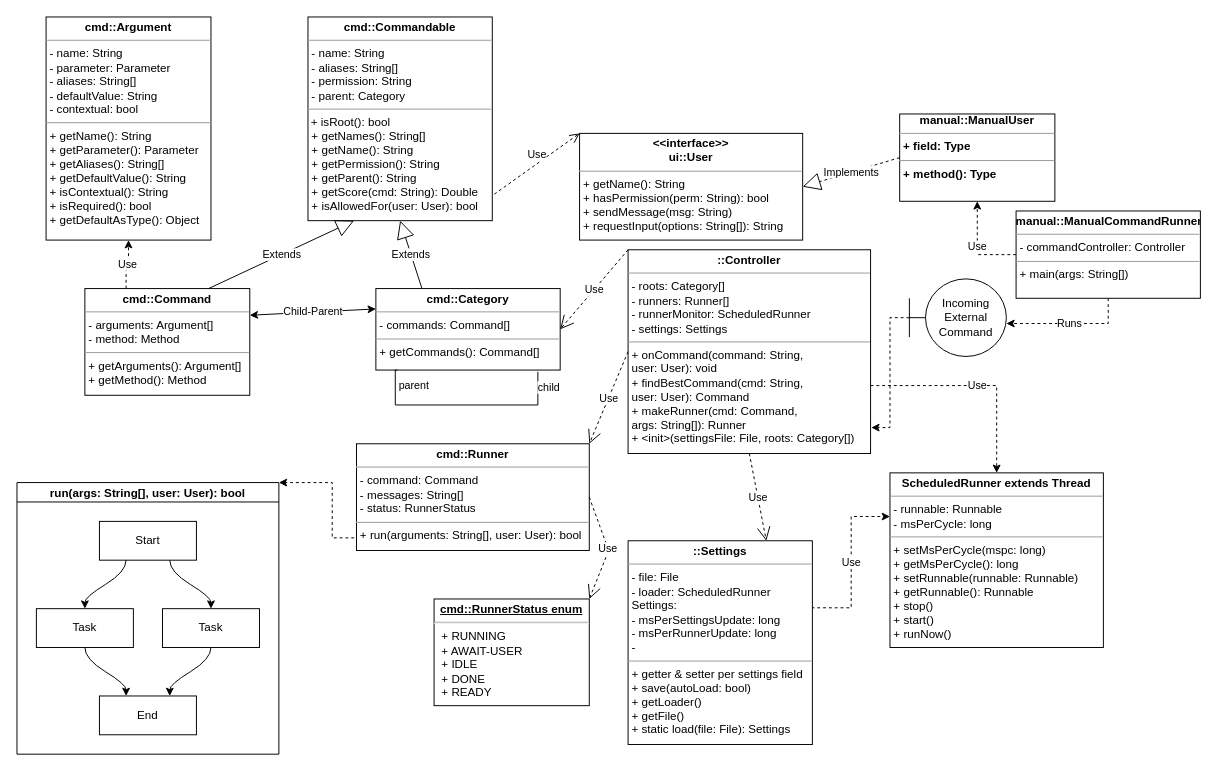
The draw.io diagram UML/UML-ClassDiagram-v1.drawio in CocoTheOwner/Dictum, before the edit. Source tidied: cells renumbered, new cells numbered last; positions are measured from the earlier drawing's top-left corner, leaving out a move shared by most shapes. Both pictures are drawn from the tidied source at 97%, with x=0, y=0 at pixel (16, 16).
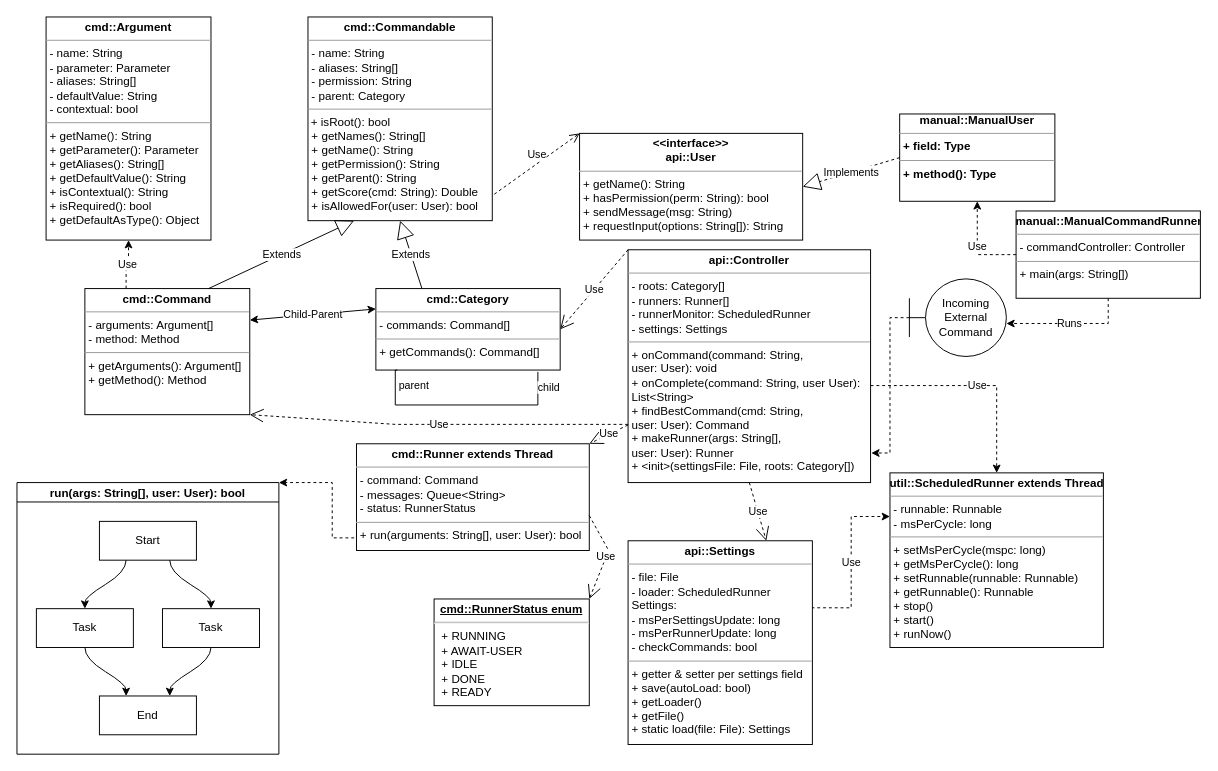
The same diagram, later.

The change refers to these unchanged cells:
```xml
<mxCell id="34" value="&lt;p style=&quot;margin: 0px ; margin-top: 4px ; text-align: center ; text-decoration: underline&quot;&gt;&lt;b&gt;cmd::RunnerStatus enum&lt;/b&gt;&lt;br&gt;&lt;/p&gt;&lt;hr&gt;&lt;p style=&quot;margin: 0px ; margin-left: 8px&quot;&gt;+ RUNNING&lt;br&gt;+ AWAIT-USER&lt;/p&gt;&lt;p style=&quot;margin: 0px ; margin-left: 8px&quot;&gt;+ IDLE&lt;/p&gt;&lt;p style=&quot;margin: 0px ; margin-left: 8px&quot;&gt;+ DONE&lt;/p&gt;&lt;p style=&quot;margin: 0px ; margin-left: 8px&quot;&gt;+ READY&lt;br&gt;&lt;/p&gt;" style="verticalAlign=top;align=left;overflow=fill;fontSize=12;fontFamily=Helvetica;html=1;" parent="1" vertex="1">
  <mxGeometry x="430" y="600" width="160" height="110" as="geometry" />
</mxCell>
```

Change to the diagram source:
```diff
@@
-    <mxCell id="3" value="&lt;p style=&quot;margin: 0px ; margin-top: 4px ; text-align: center&quot;&gt;&lt;b&gt;&amp;lt;&amp;lt;interface&amp;gt;&amp;gt;&lt;br&gt;ui::User&lt;/b&gt;&lt;/p&gt;&lt;hr size=&quot;1&quot;&gt;&lt;p style=&quot;margin: 0px ; margin-left: 4px&quot;&gt;+ getName(): String&lt;/p&gt;&lt;p style=&quot;margin: 0px ; margin-left: 4px&quot;&gt;+ hasPermission(perm: String): bool&lt;br&gt;+ sendMessage(msg: String)&lt;br&gt;+ requestInput(options: String[]): String&lt;/p&gt;" style="verticalAlign=top;align=left;overflow=fill;fontSize=12;fontFamily=Helvetica;html=1;" parent="1" vertex="1">
+    <mxCell id="3" value="&lt;p style=&quot;margin: 0px ; margin-top: 4px ; text-align: center&quot;&gt;&lt;b&gt;&amp;lt;&amp;lt;interface&amp;gt;&amp;gt;&lt;br&gt;api::User&lt;/b&gt;&lt;/p&gt;&lt;hr size=&quot;1&quot;&gt;&lt;p style=&quot;margin: 0px ; margin-left: 4px&quot;&gt;+ getName(): String&lt;/p&gt;&lt;p style=&quot;margin: 0px ; margin-left: 4px&quot;&gt;+ hasPermission(perm: String): bool&lt;br&gt;+ sendMessage(msg: String)&lt;br&gt;+ requestInput(options: String[]): String&lt;/p&gt;" style="verticalAlign=top;align=left;overflow=fill;fontSize=12;fontFamily=Helvetica;html=1;" parent="1" vertex="1">
       <mxGeometry x="580" y="120" width="230" height="110" as="geometry" />
     </mxCell>
@@
-    <mxCell id="5" value="&lt;p style=&quot;margin: 0px ; margin-top: 4px ; text-align: center&quot;&gt;&lt;b&gt;cmd::Command&lt;/b&gt;&lt;/p&gt;&lt;hr size=&quot;1&quot;&gt;&lt;p style=&quot;margin: 0px ; margin-left: 4px&quot;&gt;- arguments: Argument[]&lt;br&gt;- method: Method&lt;br&gt;&lt;/p&gt;&lt;hr size=&quot;1&quot;&gt;&lt;p style=&quot;margin: 0px ; margin-left: 4px&quot;&gt;+ getArguments(): Argument[]&lt;br&gt;+ getMethod(): Method&lt;/p&gt;" style="verticalAlign=top;align=left;overflow=fill;fontSize=12;fontFamily=Helvetica;html=1;" parent="1" vertex="1">
-      <mxGeometry x="70" y="280" width="170" height="110" as="geometry" />
+    <mxCell id="5" value="&lt;p style=&quot;margin: 0px ; margin-top: 4px ; text-align: center&quot;&gt;&lt;b&gt;cmd::Command&lt;/b&gt;&lt;/p&gt;&lt;hr size=&quot;1&quot;&gt;&lt;p style=&quot;margin: 0px ; margin-left: 4px&quot;&gt;- arguments: Argument[]&lt;br&gt;- method: Method&lt;br&gt;&lt;/p&gt;&lt;hr size=&quot;1&quot;&gt;&lt;p style=&quot;margin: 0px ; margin-left: 4px&quot;&gt;+ getArguments(): Argument[]&lt;br&gt;+ getMethod(): Method&lt;br&gt;&lt;br&gt;&lt;/p&gt;" style="verticalAlign=top;align=left;overflow=fill;fontSize=12;fontFamily=Helvetica;html=1;" parent="1" vertex="1">
+      <mxGeometry x="70" y="280" width="170" height="130" as="geometry" />
     </mxCell>
@@
-    <mxCell id="17" value="&lt;p style=&quot;margin: 0px ; margin-top: 4px ; text-align: center&quot;&gt;&lt;b&gt;::Controller&lt;/b&gt;&lt;/p&gt;&lt;hr size=&quot;1&quot;&gt;&lt;p style=&quot;margin: 0px ; margin-left: 4px&quot;&gt;- roots: Category[]&lt;/p&gt;&lt;p style=&quot;margin: 0px ; margin-left: 4px&quot;&gt;- runners: Runner[]&lt;/p&gt;&lt;p style=&quot;margin: 0px ; margin-left: 4px&quot;&gt;- runnerMonitor: ScheduledRunner&lt;br&gt;&lt;/p&gt;&lt;p style=&quot;margin: 0px ; margin-left: 4px&quot;&gt;- settings: Settings&lt;br&gt;&lt;/p&gt;&lt;hr size=&quot;1&quot;&gt;&lt;p style=&quot;margin: 0px ; margin-left: 4px&quot;&gt;+ onCommand(command: String,&lt;br&gt; user: User): void&lt;/p&gt;&lt;p style=&quot;margin: 0px ; margin-left: 4px&quot;&gt;+ findBestCommand(cmd: String,&lt;/p&gt;&lt;p style=&quot;margin: 0px ; margin-left: 4px&quot;&gt;user: User): Command&lt;/p&gt;&lt;p style=&quot;margin: 0px ; margin-left: 4px&quot;&gt;+ makeRunner(cmd: Command,&lt;/p&gt;&lt;p style=&quot;margin: 0px ; margin-left: 4px&quot;&gt;args: String[]): Runner&lt;br&gt;+ &amp;lt;init&amp;gt;(settingsFile: File, roots: Category[])&lt;br&gt;&lt;/p&gt;" style="verticalAlign=top;align=left;overflow=fill;fontSize=12;fontFamily=Helvetica;html=1;" parent="1" vertex="1">
-      <mxGeometry x="630" y="240" width="250" height="210" as="geometry" />
+    <mxCell id="17" value="&lt;p style=&quot;margin: 0px ; margin-top: 4px ; text-align: center&quot;&gt;&lt;b&gt;api::Controller&lt;/b&gt;&lt;/p&gt;&lt;hr size=&quot;1&quot;&gt;&lt;p style=&quot;margin: 0px ; margin-left: 4px&quot;&gt;- roots: Category[]&lt;/p&gt;&lt;p style=&quot;margin: 0px ; margin-left: 4px&quot;&gt;- runners: Runner[]&lt;/p&gt;&lt;p style=&quot;margin: 0px ; margin-left: 4px&quot;&gt;- runnerMonitor: ScheduledRunner&lt;br&gt;&lt;/p&gt;&lt;p style=&quot;margin: 0px ; margin-left: 4px&quot;&gt;- settings: Settings&lt;br&gt;&lt;/p&gt;&lt;hr size=&quot;1&quot;&gt;&lt;p style=&quot;margin: 0px ; margin-left: 4px&quot;&gt;+ onCommand(command: String,&lt;br&gt; user: User): void&lt;/p&gt;&lt;p style=&quot;margin: 0px ; margin-left: 4px&quot;&gt;+ onComplete(command: String, user User):&lt;br&gt;List&amp;lt;String&amp;gt;&lt;br&gt;&lt;/p&gt;&lt;p style=&quot;margin: 0px ; margin-left: 4px&quot;&gt;+ findBestCommand(cmd: String,&lt;/p&gt;&lt;p style=&quot;margin: 0px ; margin-left: 4px&quot;&gt;user: User): Command&lt;/p&gt;&lt;p style=&quot;margin: 0px ; margin-left: 4px&quot;&gt;+ makeRunner(args: String[],&lt;/p&gt;&lt;p style=&quot;margin: 0px ; margin-left: 4px&quot;&gt;user: User): Runner&lt;br&gt;+ &amp;lt;init&amp;gt;(settingsFile: File, roots: Category[])&lt;br&gt;&lt;/p&gt;" style="verticalAlign=top;align=left;overflow=fill;fontSize=12;fontFamily=Helvetica;html=1;" parent="1" vertex="1">
+      <mxGeometry x="630" y="240" width="250" height="240" as="geometry" />
     </mxCell>
@@
-    <mxCell id="28" value="&lt;p style=&quot;margin: 0px ; margin-top: 4px ; text-align: center&quot;&gt;&lt;b&gt;::Settings&lt;/b&gt;&lt;/p&gt;&lt;hr size=&quot;1&quot;&gt;&lt;p style=&quot;margin: 0px ; margin-left: 4px&quot;&gt;- file: File&lt;/p&gt;&lt;p style=&quot;margin: 0px ; margin-left: 4px&quot;&gt;- loader: ScheduledRunner&lt;br&gt;Settings:&lt;br&gt;- msPerSettingsUpdate: long&lt;/p&gt;&lt;p style=&quot;margin: 0px ; margin-left: 4px&quot;&gt;- msPerRunnerUpdate: long&lt;/p&gt;&lt;p style=&quot;margin: 0px ; margin-left: 4px&quot;&gt;- &lt;br&gt;&lt;/p&gt;&lt;hr size=&quot;1&quot;&gt;&lt;p style=&quot;margin: 0px ; margin-left: 4px&quot;&gt;+ getter &amp;amp; setter per settings field&lt;br&gt;+ save(autoLoad: bool)&lt;/p&gt;&lt;p style=&quot;margin: 0px ; margin-left: 4px&quot;&gt;+ getLoader()&lt;br&gt;+ getFile()&lt;br&gt;+ static load(file: File): Settings&lt;br&gt;&lt;/p&gt;" style="verticalAlign=top;align=left;overflow=fill;fontSize=12;fontFamily=Helvetica;html=1;" parent="1" vertex="1">
+    <mxCell id="28" value="&lt;p style=&quot;margin: 0px ; margin-top: 4px ; text-align: center&quot;&gt;&lt;b&gt;api::Settings&lt;/b&gt;&lt;/p&gt;&lt;hr size=&quot;1&quot;&gt;&lt;p style=&quot;margin: 0px ; margin-left: 4px&quot;&gt;- file: File&lt;/p&gt;&lt;p style=&quot;margin: 0px ; margin-left: 4px&quot;&gt;- loader: ScheduledRunner&lt;br&gt;Settings:&lt;br&gt;- msPerSettingsUpdate: long&lt;/p&gt;&lt;p style=&quot;margin: 0px ; margin-left: 4px&quot;&gt;- msPerRunnerUpdate: long&lt;/p&gt;&lt;p style=&quot;margin: 0px ; margin-left: 4px&quot;&gt;- checkCommands: bool&lt;br&gt;&lt;/p&gt;&lt;hr size=&quot;1&quot;&gt;&lt;p style=&quot;margin: 0px ; margin-left: 4px&quot;&gt;+ getter &amp;amp; setter per settings field&lt;br&gt;+ save(autoLoad: bool)&lt;/p&gt;&lt;p style=&quot;margin: 0px ; margin-left: 4px&quot;&gt;+ getLoader()&lt;br&gt;+ getFile()&lt;br&gt;+ static load(file: File): Settings&lt;br&gt;&lt;/p&gt;" style="verticalAlign=top;align=left;overflow=fill;fontSize=12;fontFamily=Helvetica;html=1;" parent="1" vertex="1">
       <mxGeometry x="630" y="540" width="190" height="210" as="geometry" />
     </mxCell>
@@
-    <mxCell id="32" value="&lt;p style=&quot;margin: 0px ; margin-top: 4px ; text-align: center&quot;&gt;&lt;b&gt;cmd::Runner&lt;/b&gt;&lt;/p&gt;&lt;hr size=&quot;1&quot;&gt;&lt;p style=&quot;margin: 0px ; margin-left: 4px&quot;&gt;- command: Command&lt;/p&gt;&lt;p style=&quot;margin: 0px ; margin-left: 4px&quot;&gt;- messages: String[]&lt;/p&gt;&lt;p style=&quot;margin: 0px ; margin-left: 4px&quot;&gt;- status: RunnerStatus&lt;br&gt;&lt;/p&gt;&lt;hr size=&quot;1&quot;&gt;&lt;p style=&quot;margin: 0px ; margin-left: 4px&quot;&gt;+ run(arguments: String[], user: User): bool&lt;br&gt;&lt;/p&gt;" style="verticalAlign=top;align=left;overflow=fill;fontSize=12;fontFamily=Helvetica;html=1;" parent="1" vertex="1">
+    <mxCell id="32" value="&lt;p style=&quot;margin: 0px ; margin-top: 4px ; text-align: center&quot;&gt;&lt;b&gt;cmd::Runner extends Thread&lt;br&gt;&lt;/b&gt;&lt;/p&gt;&lt;hr size=&quot;1&quot;&gt;&lt;p style=&quot;margin: 0px ; margin-left: 4px&quot;&gt;- command: Command&lt;/p&gt;&lt;p style=&quot;margin: 0px ; margin-left: 4px&quot;&gt;- messages: Queue&amp;lt;String&amp;gt;&lt;/p&gt;&lt;p style=&quot;margin: 0px ; margin-left: 4px&quot;&gt;- status: RunnerStatus&lt;br&gt;&lt;/p&gt;&lt;hr size=&quot;1&quot;&gt;&lt;p style=&quot;margin: 0px ; margin-left: 4px&quot;&gt;+ run(arguments: String[], user: User): bool&lt;br&gt;&lt;/p&gt;" style="verticalAlign=top;align=left;overflow=fill;fontSize=12;fontFamily=Helvetica;html=1;" parent="1" vertex="1">
       <mxGeometry x="350" y="440" width="240" height="110" as="geometry" />
     </mxCell>
-    <mxCell id="33" value="Use" style="endArrow=open;endSize=12;dashed=1;html=1;rounded=0;exitX=0;exitY=0.5;exitDx=0;exitDy=0;entryX=1;entryY=0;entryDx=0;entryDy=0;" parent="1" edge="1" source="17" target="32">
+    <mxCell id="33" value="Use" style="endArrow=open;endSize=12;dashed=1;html=1;rounded=0;entryX=1;entryY=0;entryDx=0;entryDy=0;" parent="1" edge="1" source="17" target="32">
       <mxGeometry relative="1" as="geometry" />
     </mxCell>
@@
-    <mxCell id="35" value="Use" style="endArrow=open;endSize=12;dashed=1;html=1;rounded=0;entryX=1;entryY=0;entryDx=0;entryDy=0;exitX=1;exitY=0.5;exitDx=0;exitDy=0;" parent="1" edge="1" source="32" target="34">
+    <mxCell id="35" value="Use" style="endArrow=open;endSize=12;dashed=1;html=1;rounded=0;entryX=1;entryY=0;entryDx=0;entryDy=0;exitX=1;exitY=0.673;exitDx=0;exitDy=0;exitPerimeter=0;" parent="1" edge="1" source="32" target="34">
       <mxGeometry relative="1" as="geometry">
         <Array as="points">
           <mxPoint x="610" y="550" />
         </Array>
       </mxGeometry>
     </mxCell>
@@
-    <mxCell id="38" value="&lt;p style=&quot;margin: 0px ; margin-top: 4px ; text-align: center&quot;&gt;&lt;b&gt;ScheduledRunner extends Thread&lt;br&gt;&lt;/b&gt;&lt;/p&gt;&lt;hr size=&quot;1&quot;&gt;&lt;p style=&quot;margin: 0px ; margin-left: 4px&quot;&gt;- runnable: Runnable&lt;/p&gt;&lt;p style=&quot;margin: 0px ; margin-left: 4px&quot;&gt;- msPerCycle: long&lt;br&gt;&lt;/p&gt;&lt;hr size=&quot;1&quot;&gt;&lt;p style=&quot;margin: 0px ; margin-left: 4px&quot;&gt;+ setMsPerCycle(mspc: long)&lt;br&gt;+ getMsPerCycle(): long&lt;br&gt;+ setRunnable(runnable: Runnable)&lt;/p&gt;&lt;p style=&quot;margin: 0px ; margin-left: 4px&quot;&gt;+ getRunnable(): Runnable&lt;/p&gt;&lt;p style=&quot;margin: 0px ; margin-left: 4px&quot;&gt;+ stop()&lt;/p&gt;&lt;p style=&quot;margin: 0px ; margin-left: 4px&quot;&gt;+ start()&lt;br&gt;+ runNow()&lt;br&gt;&lt;/p&gt;" style="verticalAlign=top;align=left;overflow=fill;fontSize=12;fontFamily=Helvetica;html=1;" parent="1" vertex="1">
+    <mxCell id="38" value="&lt;p style=&quot;margin: 0px ; margin-top: 4px ; text-align: center&quot;&gt;&lt;b&gt;util::ScheduledRunner extends Thread&lt;br&gt;&lt;/b&gt;&lt;/p&gt;&lt;hr size=&quot;1&quot;&gt;&lt;p style=&quot;margin: 0px ; margin-left: 4px&quot;&gt;- runnable: Runnable&lt;/p&gt;&lt;p style=&quot;margin: 0px ; margin-left: 4px&quot;&gt;- msPerCycle: long&lt;br&gt;&lt;/p&gt;&lt;hr size=&quot;1&quot;&gt;&lt;p style=&quot;margin: 0px ; margin-left: 4px&quot;&gt;+ setMsPerCycle(mspc: long)&lt;br&gt;+ getMsPerCycle(): long&lt;br&gt;+ setRunnable(runnable: Runnable)&lt;/p&gt;&lt;p style=&quot;margin: 0px ; margin-left: 4px&quot;&gt;+ getRunnable(): Runnable&lt;/p&gt;&lt;p style=&quot;margin: 0px ; margin-left: 4px&quot;&gt;+ stop()&lt;/p&gt;&lt;p style=&quot;margin: 0px ; margin-left: 4px&quot;&gt;+ start()&lt;br&gt;+ runNow()&lt;br&gt;&lt;/p&gt;" style="verticalAlign=top;align=left;overflow=fill;fontSize=12;fontFamily=Helvetica;html=1;" parent="1" vertex="1">
       <mxGeometry x="900" y="470" width="220" height="180" as="geometry" />
     </mxCell>
@@
+    <mxCell id="44" value="Use" style="endArrow=open;endSize=12;dashed=1;html=1;rounded=0;entryX=1;entryY=1;entryDx=0;entryDy=0;exitX=0;exitY=0.75;exitDx=0;exitDy=0;" parent="1" edge="1" source="17" target="5">
+      <mxGeometry relative="1" as="geometry">
+        <Array as="points">
+          <mxPoint x="390" y="420" />
+        </Array>
+      </mxGeometry>
+    </mxCell>
```
